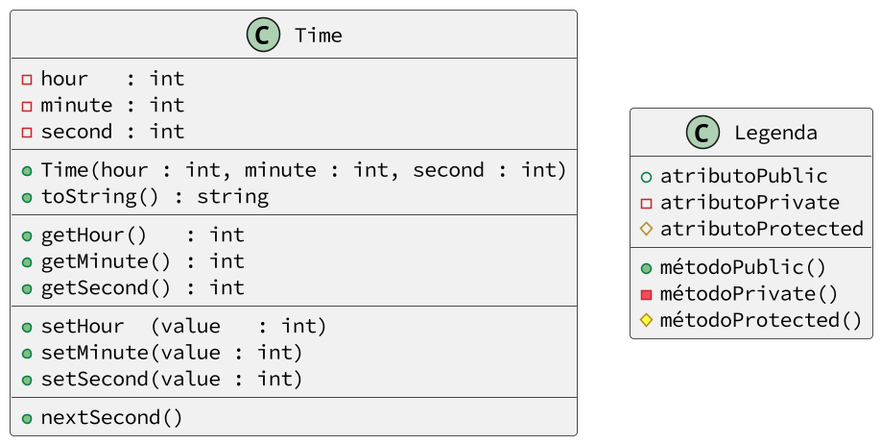
Above: base/relogio/diagrama.png in qxcodepoo/arcade (PlantUML), before the change.
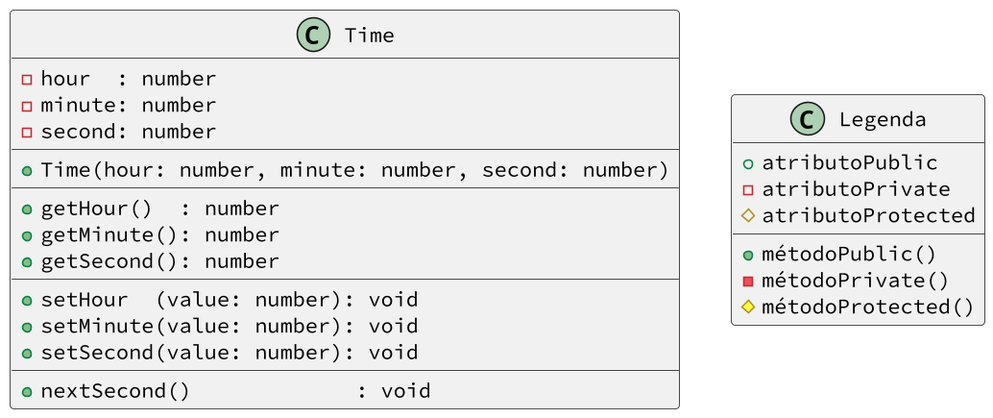
The same diagram one commit later.

The edit, as a diff of the source:
```diff
@@ -1,23 +1,22 @@
 @startuml
-skinparam defaultFontName Hasklig
+skinparam defaultFontName "Source Code Pro"
 skinparam dpi 150
 class Time {
-  - hour   : int
-  - minute : int
-  - second : int
+  - hour  : number
+  - minute: number
+  - second: number
   __
-  + Time(hour : int, minute : int, second : int)
-  + toString() : string
+  + Time(hour: number, minute: number, second: number)
   __
-  + getHour()   : int
-  + getMinute() : int
-  + getSecond() : int
+  + getHour()  : number
+  + getMinute(): number
+  + getSecond(): number
   __
-  + setHour  (value   : int)
-  + setMinute(value : int)
-  + setSecond(value : int)
+  + setHour  (value: number): void
+  + setMinute(value: number): void
+  + setSecond(value: number): void
   __
-  + nextSecond()
+  + nextSecond()             : void
 }
 class Legenda {
   + atributoPublic
```
